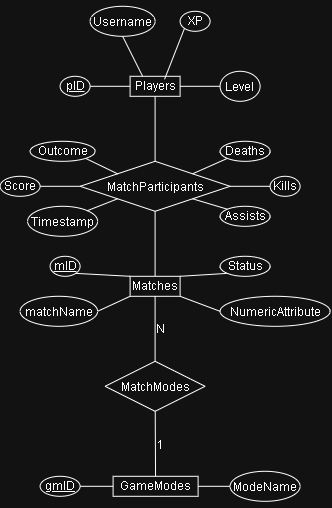
Before: schema/ERD.png, a diagram exported from draw.io (jangwmpt7/ex603-game-telemetry-database). Source tidied: cells renumbered, new cells last; positions are measured from the earlier drawing's top-left corner, leaving out a move shared by most shapes.
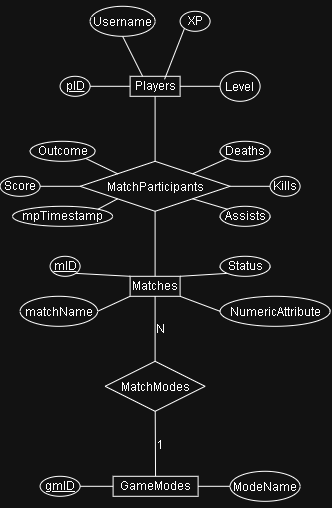
After the commit.

What changed in the source:
```diff
@@ -63,8 +63,8 @@
     <mxCell id="20" style="edgeStyle=none;curved=1;rounded=0;jettySize=auto;html=1;exitX=0;exitY=1;exitDx=0;exitDy=0;entryX=0.689;entryY=0.15;entryDx=0;entryDy=0;entryPerimeter=0;fontSize=12;startSize=8;endSize=8;endArrow=none;endFill=0;" parent="1" edge="1" source="19" target="3">
       <mxGeometry relative="1" as="geometry" />
     </mxCell>
-    <mxCell id="21" value="Timestamp" style="ellipse;whiteSpace=wrap;html=1;shapeInside=1;" parent="1" vertex="1">
-      <mxGeometry x="27.5" y="200" width="70" height="30" as="geometry" />
+    <mxCell id="21" value="mpTimestamp" style="ellipse;whiteSpace=wrap;html=1;shapeInside=1;" parent="1" vertex="1">
+      <mxGeometry x="12.5" y="200" width="100" height="20" as="geometry" />
     </mxCell>
     <mxCell id="22" style="edgeStyle=none;curved=1;rounded=0;jettySize=auto;html=1;exitX=1;exitY=0.5;exitDx=0;exitDy=0;entryX=0;entryY=0.5;entryDx=0;entryDy=0;fontSize=12;startSize=8;endSize=8;endArrow=none;endFill=0;" parent="1" edge="1" source="23" target="9">
       <mxGeometry relative="1" as="geometry" />
```
